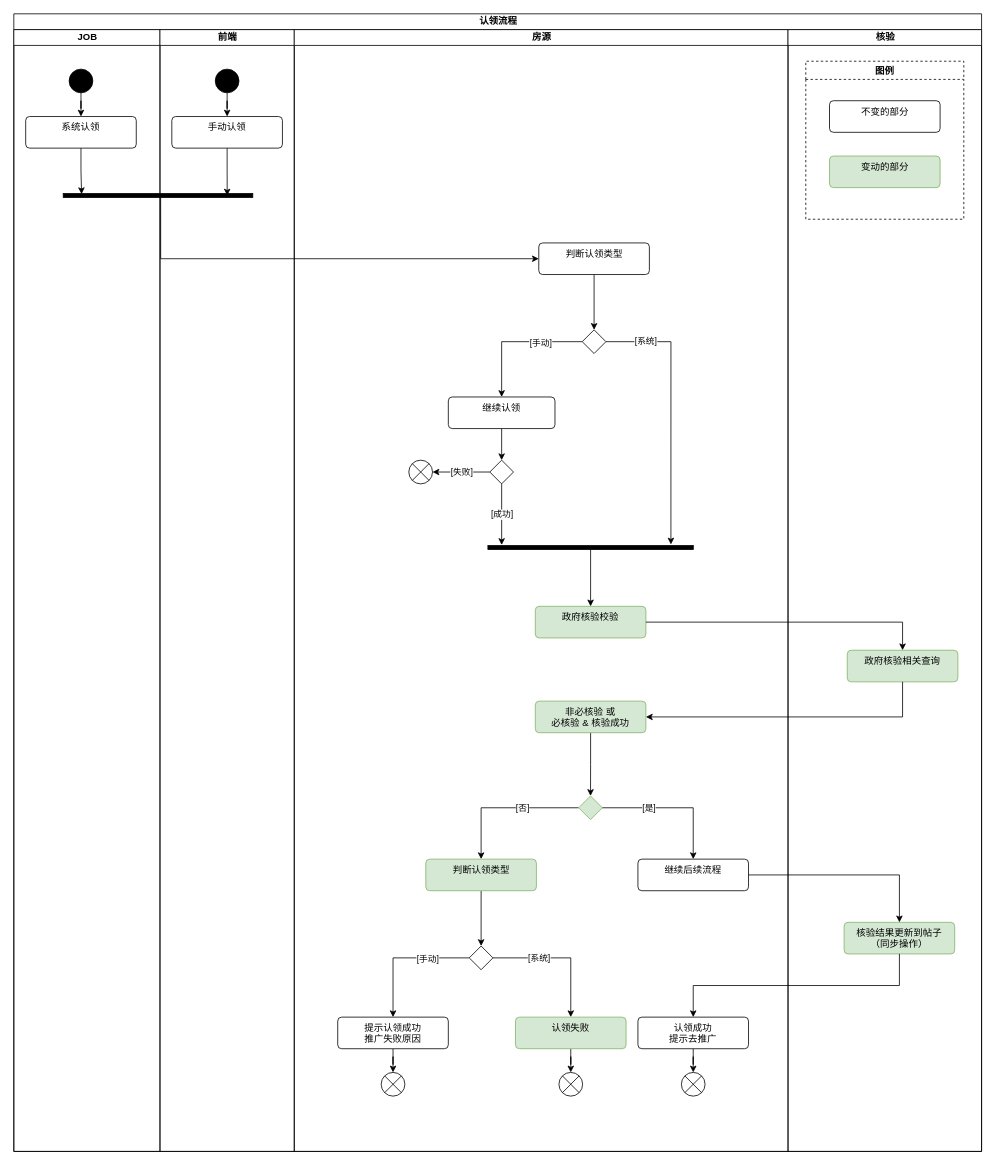
Before: page "流程-认领" (5 of 7) of 设计文档/政府核验sku化.drawio in guyukou/drawio, a draw.io diagram. Source tidied: cells renumbered, new cells numbered last; positions are measured from the earlier drawing's top-left corner, leaving out a move shared by most shapes. Both pictures are drawn from the tidied source at 79%, with x=0, y=0 at pixel (13, 13).
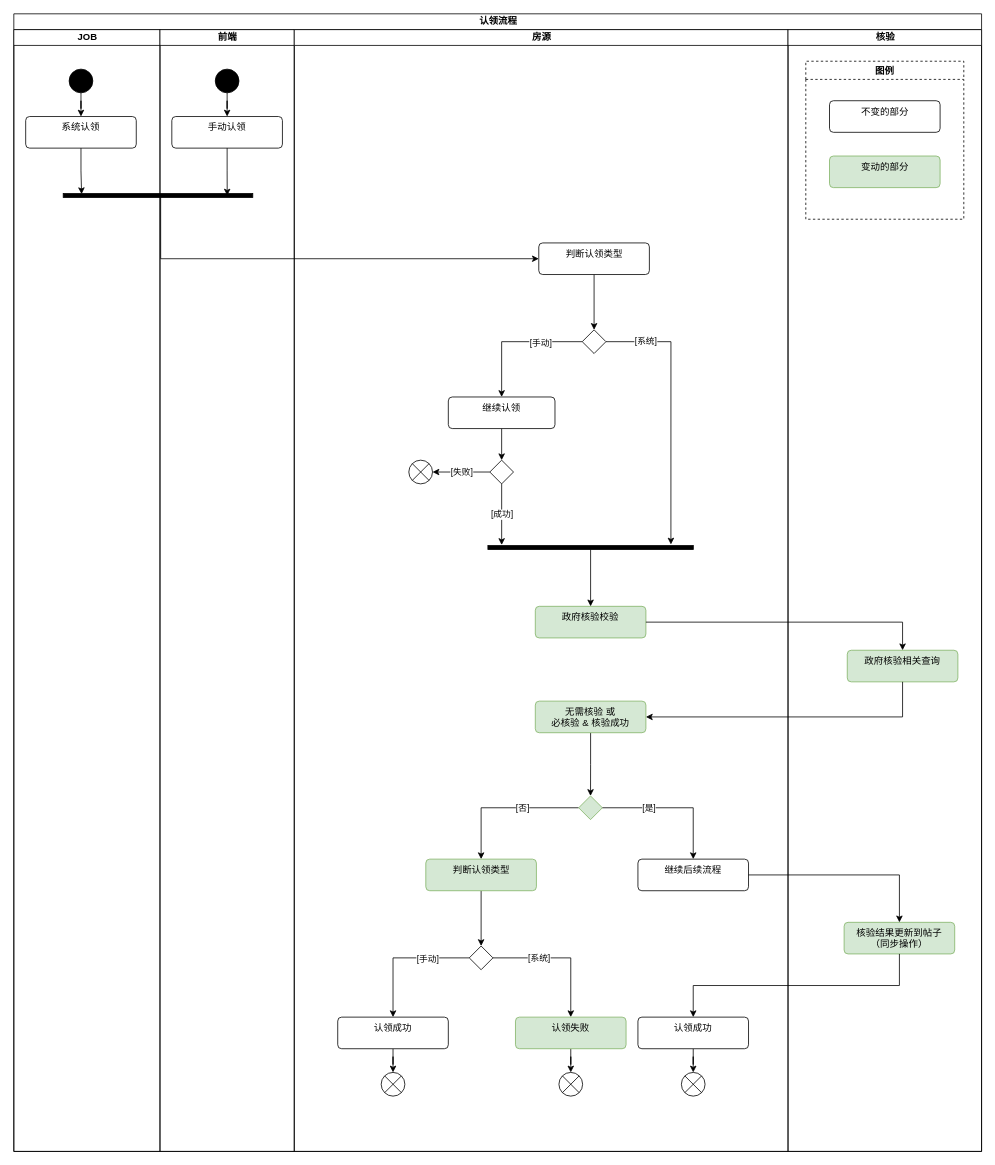
The same diagram, later.

Unchanged cells that the change refers to:
```xml
<mxCell id="13" value="房源" style="swimlane;startSize=20;html=1;" parent="2" vertex="1">
  <mxGeometry x="355" y="20" width="625" height="1420" as="geometry" />
</mxCell>
```

Change to the diagram source:
```diff
@@
-    <mxCell id="15" value="非必核验 或&lt;br&gt;必核验 &amp;amp; 核验成功" style="html=1;align=center;verticalAlign=top;rounded=1;absoluteArcSize=1;arcSize=10;dashed=0;whiteSpace=wrap;fillColor=#d5e8d4;strokeColor=#82b366;" parent="13" vertex="1">
+    <mxCell id="15" value="无需核验 或&lt;br&gt;必核验 &amp;amp; 核验成功" style="html=1;align=center;verticalAlign=top;rounded=1;absoluteArcSize=1;arcSize=10;dashed=0;whiteSpace=wrap;fillColor=#d5e8d4;strokeColor=#82b366;" parent="13" vertex="1">
       <mxGeometry x="305.1" y="850" width="140" height="40" as="geometry" />
     </mxCell>
@@
-    <mxCell id="42" value="提示认领成功&lt;br&gt;推广失败原因" style="html=1;align=center;verticalAlign=top;rounded=1;absoluteArcSize=1;arcSize=10;dashed=0;whiteSpace=wrap;" parent="13" vertex="1">
+    <mxCell id="42" value="认领成功" style="html=1;align=center;verticalAlign=top;rounded=1;absoluteArcSize=1;arcSize=10;dashed=0;whiteSpace=wrap;" parent="13" vertex="1">
       <mxGeometry x="55" y="1250" width="140" height="40" as="geometry" />
     </mxCell>
@@
-    <mxCell id="51" value="认领成功&lt;br&gt;提示去推广" style="html=1;align=center;verticalAlign=top;rounded=1;absoluteArcSize=1;arcSize=10;dashed=0;whiteSpace=wrap;" parent="13" vertex="1">
+    <mxCell id="51" value="认领成功" style="html=1;align=center;verticalAlign=top;rounded=1;absoluteArcSize=1;arcSize=10;dashed=0;whiteSpace=wrap;" parent="13" vertex="1">
       <mxGeometry x="435" y="1250" width="140" height="40" as="geometry" />
     </mxCell>
```
